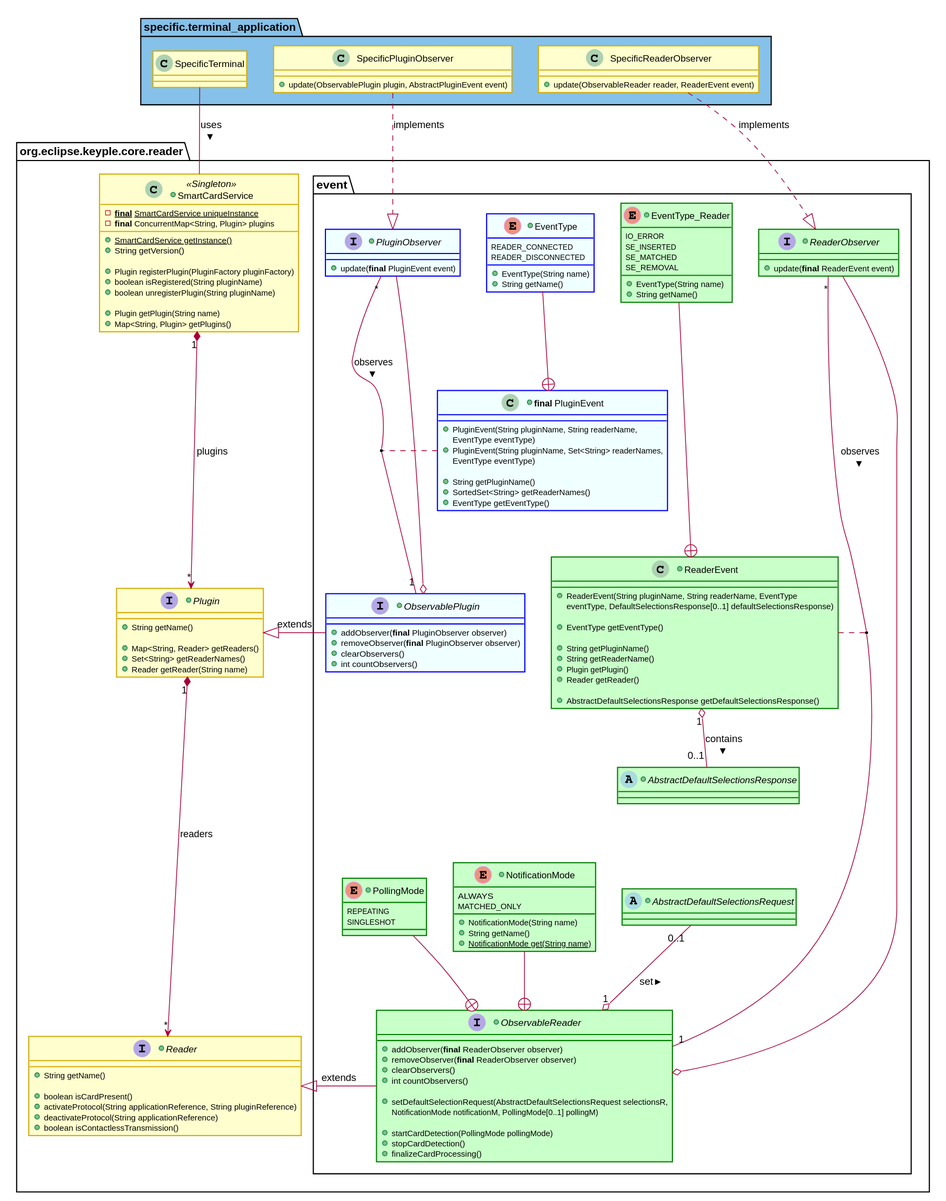
Before: docs/KeypleCoreApi/img/KeypleCore_Reader_ClassDiag_ObservablePluginAndReaderEvents_1_0_0.svg, a diagram exported from PlantUML (calypsonet/keyple).
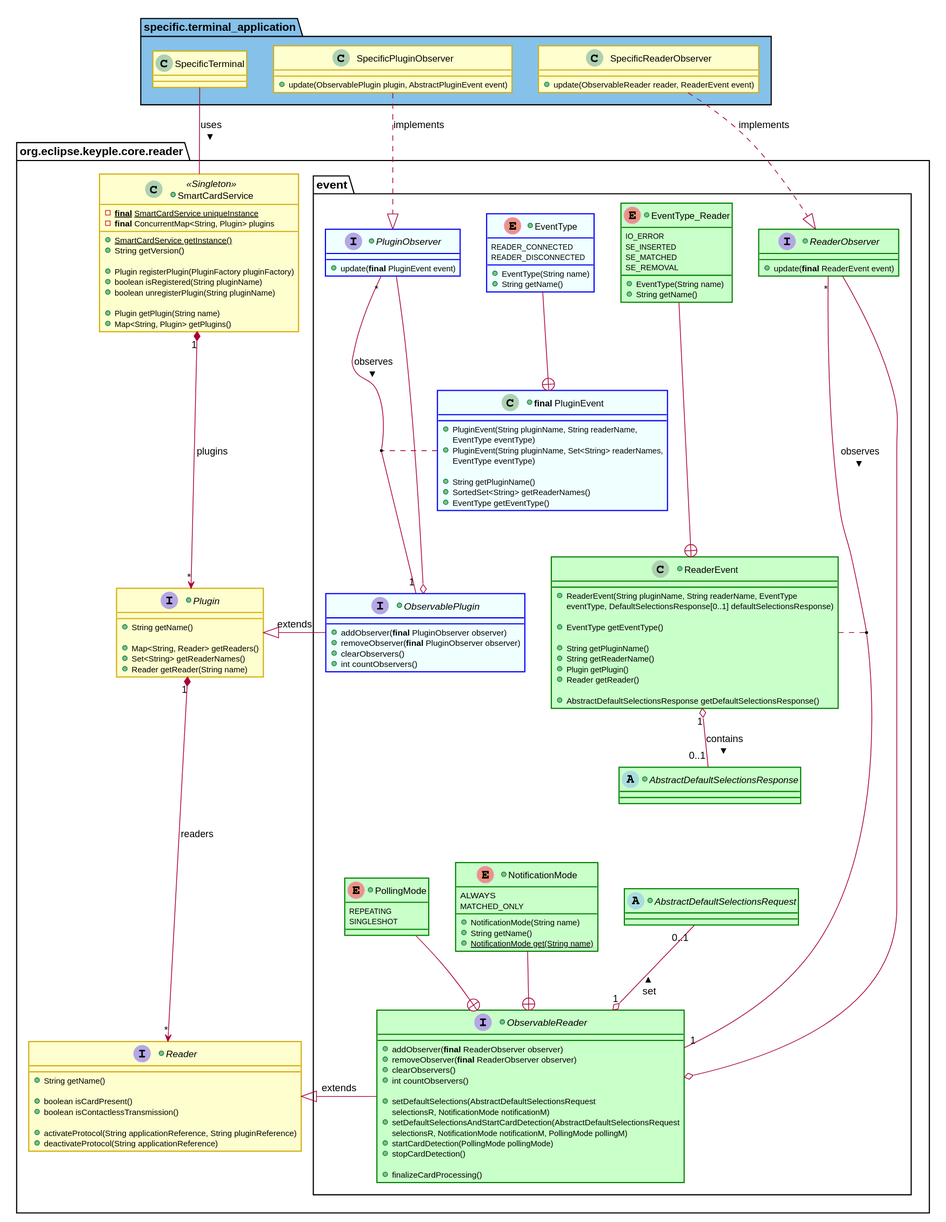
Above is the later version.

Commit message:
Fix Local Reader

Change to the diagram source:
```diff
@@ -179,9 +179,10 @@
   +String getName()
 
   +boolean isCardPresent()
+  +boolean isContactlessTransmission()
+
   +activateProtocol(String applicationReference, String pluginReference)
   +deactivateProtocol(String applicationReference)
-  +boolean isContactlessTransmission()
 }
 +interface ObservablePlugin {
   +addObserver(<b>final</b> PluginObserver observer)
@@ -217,11 +218,13 @@
   +clearObservers()
   +int countObservers()
 
-  +setDefaultSelectionRequest(AbstractDefaultSelectionsRequest selectionsR,
-    NotificationMode notificationM, PollingMode[0..1] pollingM)
-
+  +setDefaultSelections(AbstractDefaultSelectionsRequest
+    selectionsR, NotificationMode notificationM)
+  +setDefaultSelectionsAndStartCardDetection(AbstractDefaultSelectionsRequest
+    selectionsR, NotificationMode notificationM, PollingMode pollingM)
   +startCardDetection(PollingMode pollingMode)
   +stopCardDetection()
+
   +finalizeCardProcessing()
 }
 @enduml
```
